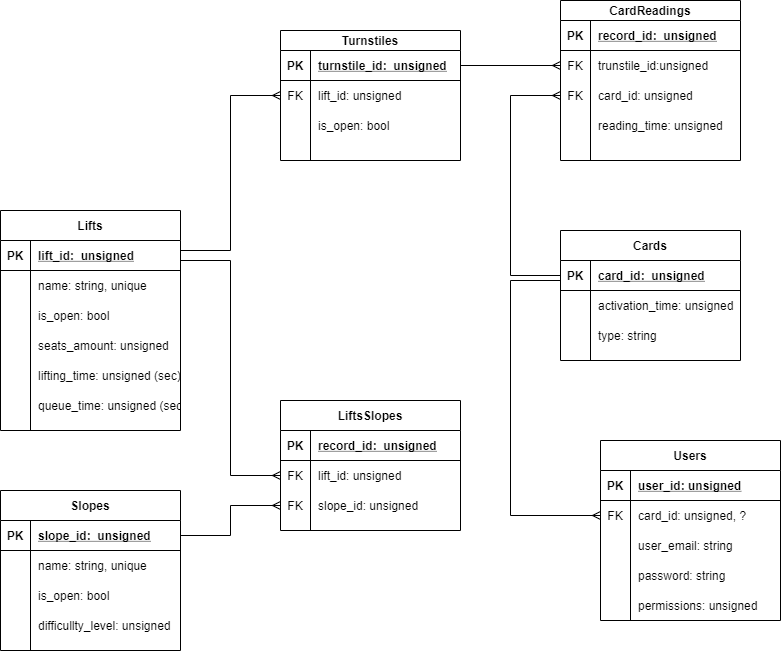
Above: docs/imgs/db/db.png in alena-zayts/BMSTU_6sem_software_design (draw.io), before the change. Source tidied: cells renumbered, new cells last; positions are measured from the earlier drawing's top-left corner, leaving out a move shared by most shapes.
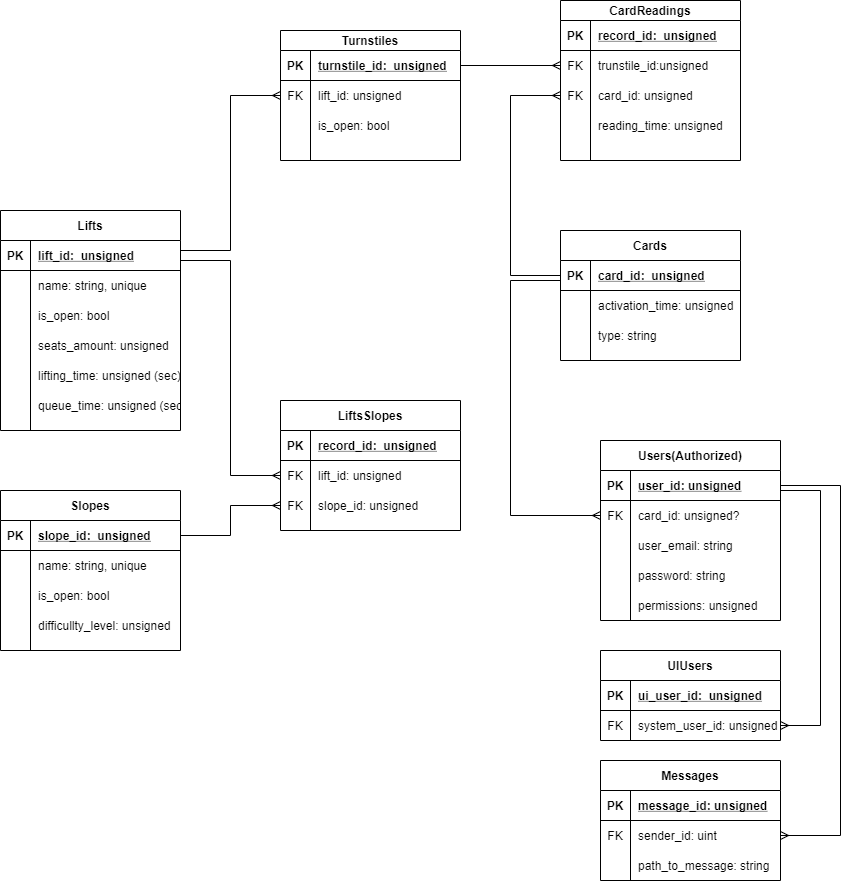
Later version of the same file.

Diff of the diagram source:
```diff
@@ -2,7 +2,7 @@
   <root>
     <mxCell id="0" />
     <mxCell id="1" parent="0" />
-    <mxCell id="2" value="Users" style="shape=table;startSize=30;rowLines=0;fontStyle=1;align=center;" parent="1" vertex="1">
+    <mxCell id="2" value="Users(Authorized)" style="shape=table;startSize=30;rowLines=0;fontStyle=1;align=center;" parent="1" vertex="1">
       <mxGeometry x="600" y="440" width="180" height="180" as="geometry" />
     </mxCell>
     <mxCell id="3" style="shape=partialRectangle;fillColor=none;top=0;left=0;bottom=1;right=0;points=[[0,0.5],[1,0.5]];portConstraint=eastwest;" parent="2" vertex="1">
@@ -20,7 +20,7 @@
     <mxCell id="7" value="FK" style="shape=partialRectangle;fillColor=none;top=0;left=0;bottom=0;right=0;overflow=hidden;" parent="6" vertex="1">
       <mxGeometry width="30" height="30" as="geometry" />
     </mxCell>
-    <mxCell id="8" value="card_id: unsigned, ?" style="shape=partialRectangle;fillColor=none;top=0;left=0;bottom=0;right=0;align=left;spacingLeft=6;overflow=hidden;" parent="6" vertex="1">
+    <mxCell id="8" value="card_id: unsigned?" style="shape=partialRectangle;fillColor=none;top=0;left=0;bottom=0;right=0;align=left;spacingLeft=6;overflow=hidden;" parent="6" vertex="1">
       <mxGeometry x="30" width="150" height="30" as="geometry" />
     </mxCell>
     <mxCell id="9" style="shape=partialRectangle;fillColor=none;top=0;left=0;bottom=0;right=0;" parent="2" vertex="1">
@@ -321,5 +321,73 @@
         </Array>
       </mxGeometry>
     </mxCell>
+    <mxCell id="99" value="UIUsers" style="shape=table;startSize=30;rowLines=0;fontStyle=1;align=center;" parent="1" vertex="1">
+      <mxGeometry x="600" y="650" width="180" height="90" as="geometry" />
+    </mxCell>
+    <mxCell id="100" style="shape=partialRectangle;fillColor=none;top=0;left=0;bottom=1;right=0;" parent="99" vertex="1">
+      <mxGeometry y="30" width="180" height="30" as="geometry" />
+    </mxCell>
+    <mxCell id="101" value="PK" style="shape=partialRectangle;fillColor=none;top=0;left=0;bottom=0;right=0;fontStyle=1;overflow=hidden;" parent="100" vertex="1">
+      <mxGeometry width="30" height="30" as="geometry" />
+    </mxCell>
+    <mxCell id="102" value="ui_user_id:  unsigned" style="shape=partialRectangle;fillColor=none;top=0;left=0;bottom=0;right=0;align=left;spacingLeft=6;fontStyle=5;overflow=hidden;" parent="100" vertex="1">
+      <mxGeometry x="30" width="150" height="30" as="geometry" />
+    </mxCell>
+    <mxCell id="103" style="shape=partialRectangle;fillColor=none;top=0;left=0;bottom=0;right=0;" parent="99" vertex="1">
+      <mxGeometry y="60" width="180" height="30" as="geometry" />
+    </mxCell>
+    <mxCell id="104" value="FK" style="shape=partialRectangle;fillColor=none;top=0;left=0;bottom=0;right=0;overflow=hidden;" parent="103" vertex="1">
+      <mxGeometry width="30" height="30" as="geometry" />
+    </mxCell>
+    <mxCell id="105" value="system_user_id: unsigned" style="shape=partialRectangle;fillColor=none;top=0;left=0;bottom=0;right=0;align=left;spacingLeft=6;overflow=hidden;" parent="103" vertex="1">
+      <mxGeometry x="30" width="150" height="30" as="geometry" />
+    </mxCell>
+    <mxCell id="106" style="edgeStyle=orthogonalEdgeStyle;rounded=0;jettySize=auto;html=1;endArrow=ERmany;endFill=0;" parent="1" edge="1" source="3">
+      <mxGeometry relative="1" as="geometry">
+        <mxPoint x="780" y="725" as="targetPoint" />
+        <Array as="points">
+          <mxPoint x="820" y="490" />
+          <mxPoint x="820" y="725" />
+        </Array>
+      </mxGeometry>
+    </mxCell>
+    <mxCell id="107" value="Messages" style="shape=table;startSize=30;rowLines=0;fontStyle=1;align=center;" parent="1" vertex="1">
+      <mxGeometry x="600" y="760" width="180" height="120" as="geometry" />
+    </mxCell>
+    <mxCell id="108" style="shape=partialRectangle;fillColor=none;top=0;left=0;bottom=1;right=0;" parent="107" vertex="1">
+      <mxGeometry y="30" width="180" height="30" as="geometry" />
+    </mxCell>
+    <mxCell id="109" value="PK" style="shape=partialRectangle;fillColor=none;top=0;left=0;bottom=0;right=0;fontStyle=1;overflow=hidden;" parent="108" vertex="1">
+      <mxGeometry width="30" height="30" as="geometry" />
+    </mxCell>
+    <mxCell id="110" value="message_id: unsigned" style="shape=partialRectangle;fillColor=none;top=0;left=0;bottom=0;right=0;align=left;spacingLeft=6;fontStyle=5;overflow=hidden;" parent="108" vertex="1">
+      <mxGeometry x="30" width="150" height="30" as="geometry" />
+    </mxCell>
+    <mxCell id="111" style="shape=partialRectangle;fillColor=none;top=0;left=0;bottom=0;right=0;points=[[0,0.5],[1,0.5]];portConstraint=eastwest;" parent="107" vertex="1">
+      <mxGeometry y="60" width="180" height="30" as="geometry" />
+    </mxCell>
+    <mxCell id="112" value="FK" style="shape=partialRectangle;fillColor=none;top=0;left=0;bottom=0;right=0;overflow=hidden;" parent="111" vertex="1">
+      <mxGeometry width="30" height="30" as="geometry" />
+    </mxCell>
+    <mxCell id="113" value="sender_id: uint" style="shape=partialRectangle;fillColor=none;top=0;left=0;bottom=0;right=0;align=left;spacingLeft=6;overflow=hidden;" parent="111" vertex="1">
+      <mxGeometry x="30" width="150" height="30" as="geometry" />
+    </mxCell>
+    <mxCell id="114" style="shape=partialRectangle;fillColor=none;top=0;left=0;bottom=0;right=0;" parent="107" vertex="1">
+      <mxGeometry y="90" width="180" height="30" as="geometry" />
+    </mxCell>
+    <mxCell id="115" style="shape=partialRectangle;fillColor=none;top=0;left=0;bottom=0;right=0;overflow=hidden;" parent="114" vertex="1">
+      <mxGeometry width="30" height="30" as="geometry" />
+    </mxCell>
+    <mxCell id="116" value="path_to_message: string" style="shape=partialRectangle;fillColor=none;top=0;left=0;bottom=0;right=0;align=left;spacingLeft=6;overflow=hidden;" parent="114" vertex="1">
+      <mxGeometry x="30" width="150" height="30" as="geometry" />
+    </mxCell>
+    <mxCell id="117" style="edgeStyle=orthogonalEdgeStyle;rounded=0;jettySize=auto;html=1;entryX=1;entryY=0.5;entryDx=0;entryDy=0;endArrow=ERmany;endFill=0;" parent="1" edge="1" source="3" target="111">
+      <mxGeometry relative="1" as="geometry">
+        <Array as="points">
+          <mxPoint x="840" y="485" />
+          <mxPoint x="840" y="835" />
+        </Array>
+      </mxGeometry>
+    </mxCell>
   </root>
 </mxGraphModel>
```
